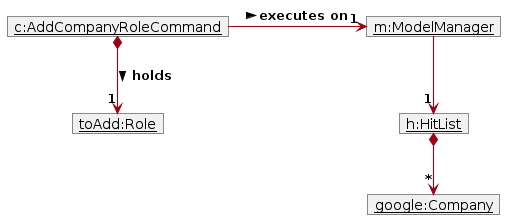
This is diagrams/add-role/RoleAddExecution.png from AY2526S2-CS2103T-W11-2/tp, a PlantUML export, as it was before one commit. Its source is kept beside it as diagrams/add-role/RoleAddExecution.puml. The source it was exported from:
```plantuml
@startuml
!include ../style.puml
skinparam arrowThickness 1.1
skinparam arrowColor MODEL_COLOR
skinparam classBackgroundColor MODEL_COLOR
skinparam classBorderColor #FFFFFF

object "__c:AddCompanyRoleCommand__" as Command
object "__m:ModelManager__" as Model
object "__h:HitList__" as HitList
object "__google:Company__" as Company
object "__toAdd:Role__" as Role

Command -right-> "1" Model : executes on >
Command *--> "1" Role : holds >
Model --> "1" HitList
HitList *--> "*" Company

Company : name = "Google"
Role : name = "Software Engineer"

@enduml
```
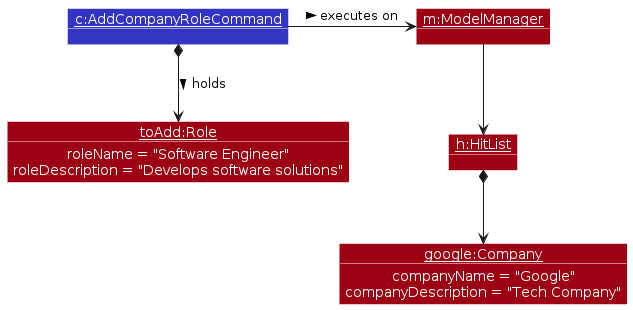
Later version of the same file.

The edit, as a diff of the source:
```diff
@@ -1,22 +1,29 @@
 @startuml
 !include ../style.puml
-skinparam arrowThickness 1.1
-skinparam arrowColor MODEL_COLOR
-skinparam classBackgroundColor MODEL_COLOR
-skinparam classBorderColor #FFFFFF
+skinparam ArrowFontStyle plain
 
-object "__c:AddCompanyRoleCommand__" as Command
-object "__m:ModelManager__" as Model
-object "__h:HitList__" as HitList
-object "__google:Company__" as Company
-object "__toAdd:Role__" as Role
+skinparam shadowing false
+skinparam ObjectFontColor #FFFFFF
+skinparam ObjectAttributeFontColor #FFFFFF
+skinparam ObjectBorderColor #FFFFFF
 
-Command -right-> "1" Model : executes on >
-Command *--> "1" Role : holds >
-Model --> "1" HitList
-HitList *--> "*" Company
+show objects
+show members
 
-Company : name = "Google"
-Role : name = "Software Engineer"
+object "__c:AddCompanyRoleCommand__" as Command LOGIC_COLOR
+object "__m:ModelManager__" as Model MODEL_COLOR
+object "__h:HitList__" as HitList MODEL_COLOR
+object "__google:Company__" as Company MODEL_COLOR
+object "__toAdd:Role__" as Role MODEL_COLOR
+
+Command -right-> Model : executes on >
+Command *--> Role : holds >
+Model --> HitList
+HitList *--> Company
+
+Company : companyName = "Google"
+Company : companyDescription = "Tech Company"
+Role : roleName = "Software Engineer"
+Role : roleDescription = "Develops software solutions"
 
 @enduml
```
